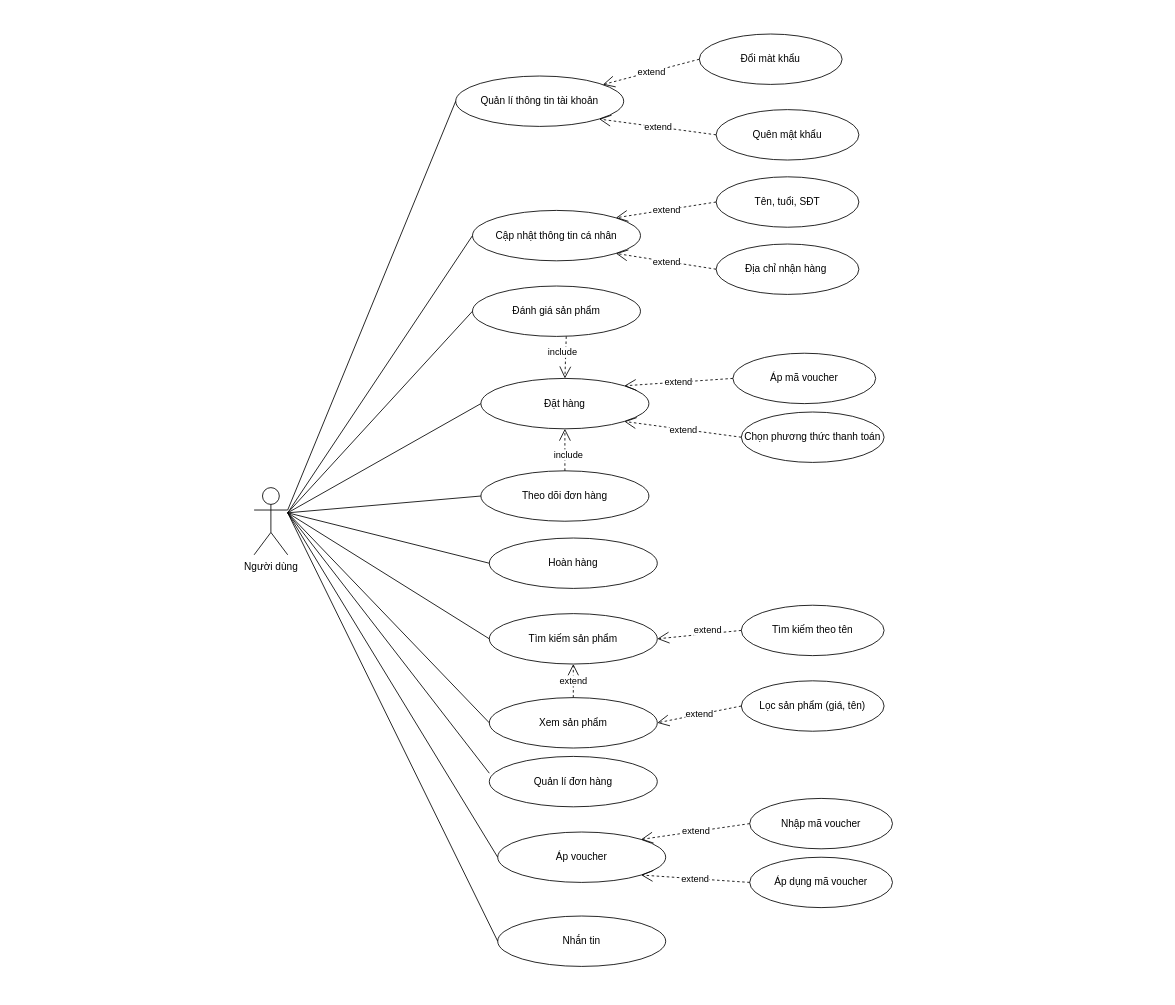
Before: page "người dùng" (2 of 5) of Biểu đồ không có tiêu đề.drawio in wuyanh24/ahihi, a draw.io diagram. Source tidied: cells renumbered, new cells numbered last; positions are measured from the earlier drawing's top-left corner, leaving out a move shared by most shapes. Both pictures are drawn from the tidied source at 84%, with x=0, y=0 at pixel (254, 34).
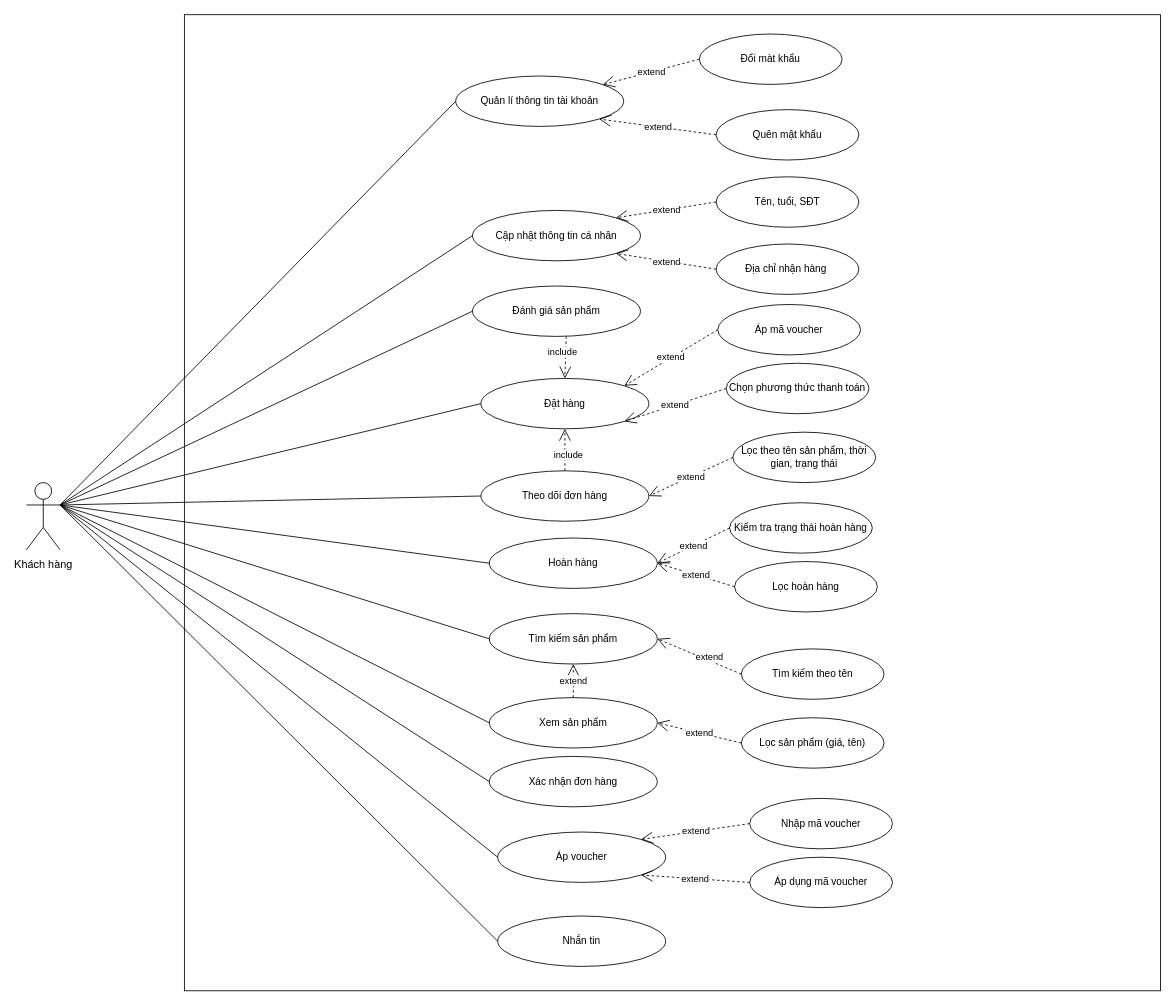
The same page after the edit.

The change refers to these unchanged cells:
```xml
<mxCell id="2" value="Quản lí thông tin tài khoản" style="ellipse;whiteSpace=wrap;html=1;" parent="1" vertex="1">
  <mxGeometry x="240" y="50" width="200" height="60" as="geometry" />
</mxCell>
<mxCell id="6" value="Cập nhật thông tin cá nhân" style="ellipse;whiteSpace=wrap;html=1;" parent="1" vertex="1">
  <mxGeometry x="260" y="210" width="200" height="60" as="geometry" />
</mxCell>
<mxCell id="9" value="Đánh giá sản phẩm" style="ellipse;whiteSpace=wrap;html=1;" parent="1" vertex="1">
  <mxGeometry x="260" y="300" width="200" height="60" as="geometry" />
</mxCell>
<mxCell id="10" value="Đặt hàng" style="ellipse;whiteSpace=wrap;html=1;" parent="1" vertex="1">
  <mxGeometry x="270" y="410" width="200" height="60" as="geometry" />
</mxCell>
<mxCell id="11" value="Theo dõi đơn hàng" style="ellipse;whiteSpace=wrap;html=1;" parent="1" vertex="1">
  <mxGeometry x="270" y="520" width="200" height="60" as="geometry" />
</mxCell>
<mxCell id="12" value="Hoàn hàng" style="ellipse;whiteSpace=wrap;html=1;" parent="1" vertex="1">
  <mxGeometry x="280" y="600" width="200" height="60" as="geometry" />
</mxCell>
<mxCell id="13" value="Tìm kiếm sản phẩm" style="ellipse;whiteSpace=wrap;html=1;" parent="1" vertex="1">
  <mxGeometry x="280" y="690" width="200" height="60" as="geometry" />
</mxCell>
<mxCell id="14" value="Áp voucher" style="ellipse;whiteSpace=wrap;html=1;" parent="1" vertex="1">
  <mxGeometry x="290" y="950" width="200" height="60" as="geometry" />
</mxCell>
<mxCell id="16" value="Xem sản phẩm" style="ellipse;whiteSpace=wrap;html=1;" parent="1" vertex="1">
  <mxGeometry x="280" y="790" width="200" height="60" as="geometry" />
</mxCell>
<mxCell id="17" value="Nhắn tin" style="ellipse;whiteSpace=wrap;html=1;" parent="1" vertex="1">
  <mxGeometry x="290" y="1050" width="200" height="60" as="geometry" />
</mxCell>
```

The edit, as a diff of the source:
```diff
@@
+    <mxCell id="48" style="whiteSpace=wrap;html=1;" parent="1" vertex="1">
+      <mxGeometry x="-83" y="-23" width="1162" height="1162" as="geometry" />
+    </mxCell>
@@
-    <mxCell id="3" value="Người dùng" style="shape=umlActor;verticalLabelPosition=bottom;verticalAlign=top;html=1;outlineConnect=0;" parent="1" vertex="1">
-      <mxGeometry y="540" width="40" height="80" as="geometry" />
-    </mxCell>
+    <mxCell id="49" value="&lt;p style=&quot;margin: 0px; font-style: normal; font-variant-caps: normal; font-stretch: normal; font-size: 13px; line-height: normal; font-family: &amp;quot;Helvetica Neue&amp;quot;; font-size-adjust: none; font-kerning: auto; font-variant-alternates: normal; font-variant-ligatures: normal; font-variant-numeric: normal; font-variant-east-asian: normal; font-variant-position: normal; font-variant-emoji: normal; font-feature-settings: normal; font-optical-sizing: auto; font-variation-settings: normal;&quot;&gt;Khách hàng&lt;/p&gt;" style="shape=umlActor;verticalLabelPosition=bottom;verticalAlign=top;html=1;outlineConnect=0;" parent="1" vertex="1">
+      <mxGeometry x="-271" y="534" width="40" height="80" as="geometry" />
+    </mxCell>
@@
-    <mxCell id="15" value="Quản lí đơn hàng" style="ellipse;whiteSpace=wrap;html=1;" parent="1" vertex="1">
-      <mxGeometry x="280" y="860" width="200" height="60" as="geometry" />
-    </mxCell>
+    <mxCell id="50" value="Xác nhận đơn hàng" style="ellipse;whiteSpace=wrap;html=1;" parent="1" vertex="1">
+      <mxGeometry x="280" y="860" width="200" height="60" as="geometry" />
+    </mxCell>
@@
     <mxCell id="18" value="Chọn phương thức thanh toán" style="ellipse;whiteSpace=wrap;html=1;" parent="1" vertex="1">
-      <mxGeometry x="580" y="450" width="170" height="60" as="geometry" />
+      <mxGeometry x="562" y="392" width="170" height="60" as="geometry" />
     </mxCell>
     <mxCell id="19" value="Áp mã voucher" style="ellipse;whiteSpace=wrap;html=1;" parent="1" vertex="1">
-      <mxGeometry x="570" y="380" width="170" height="60" as="geometry" />
+      <mxGeometry x="552" y="322" width="170" height="60" as="geometry" />
     </mxCell>
     <mxCell id="20" value="Tìm kiếm theo tên" style="ellipse;whiteSpace=wrap;html=1;" parent="1" vertex="1">
-      <mxGeometry x="580" y="680" width="170" height="60" as="geometry" />
+      <mxGeometry x="580" y="732" width="170" height="60" as="geometry" />
     </mxCell>
     <mxCell id="21" value="Lọc sản phẩm (giá, tên)" style="ellipse;whiteSpace=wrap;html=1;" parent="1" vertex="1">
-      <mxGeometry x="580" y="770" width="170" height="60" as="geometry" />
+      <mxGeometry x="580" y="814" width="170" height="60" as="geometry" />
     </mxCell>
@@
-    <mxCell id="24" style="endArrow=none;html=1;rounded=0;exitX=1;exitY=0.3333333333333333;exitDx=0;exitDy=0;exitPerimeter=0;entryX=0;entryY=0.5;entryDx=0;entryDy=0;" parent="1" edge="1" source="3" target="2">
-      <mxGeometry relative="1" as="geometry" />
-    </mxCell>
-    <mxCell id="25" style="endArrow=none;html=1;rounded=0;entryX=0;entryY=0.5;entryDx=0;entryDy=0;" parent="1" edge="1" target="6">
-      <mxGeometry relative="1" as="geometry">
-        <mxPoint x="40" y="570" as="sourcePoint" />
-      </mxGeometry>
-    </mxCell>
-    <mxCell id="26" style="endArrow=none;html=1;rounded=0;entryX=0;entryY=0.5;entryDx=0;entryDy=0;" parent="1" edge="1" target="9">
-      <mxGeometry relative="1" as="geometry">
-        <mxPoint x="40" y="570" as="sourcePoint" />
-      </mxGeometry>
-    </mxCell>
-    <mxCell id="27" style="endArrow=none;html=1;rounded=0;entryX=0;entryY=0.5;entryDx=0;entryDy=0;" parent="1" edge="1" target="10">
-      <mxGeometry relative="1" as="geometry">
-        <mxPoint x="40" y="570" as="sourcePoint" />
-      </mxGeometry>
-    </mxCell>
-    <mxCell id="28" style="endArrow=none;html=1;rounded=0;entryX=0;entryY=0.5;entryDx=0;entryDy=0;" parent="1" edge="1" target="11">
-      <mxGeometry relative="1" as="geometry">
-        <mxPoint x="40" y="570" as="sourcePoint" />
-      </mxGeometry>
-    </mxCell>
-    <mxCell id="29" style="endArrow=none;html=1;rounded=0;entryX=0;entryY=0.5;entryDx=0;entryDy=0;" parent="1" edge="1" target="12">
-      <mxGeometry relative="1" as="geometry">
-        <mxPoint x="40" y="570" as="sourcePoint" />
-      </mxGeometry>
-    </mxCell>
-    <mxCell id="30" style="endArrow=none;html=1;rounded=0;entryX=0;entryY=0.5;entryDx=0;entryDy=0;" parent="1" edge="1" target="13">
-      <mxGeometry relative="1" as="geometry">
-        <mxPoint x="40" y="570" as="sourcePoint" />
-      </mxGeometry>
-    </mxCell>
-    <mxCell id="31" style="endArrow=none;html=1;rounded=0;entryX=0;entryY=0.5;entryDx=0;entryDy=0;" parent="1" edge="1" target="16">
-      <mxGeometry relative="1" as="geometry">
-        <mxPoint x="40" y="570" as="sourcePoint" />
-      </mxGeometry>
-    </mxCell>
-    <mxCell id="32" style="endArrow=none;html=1;rounded=0;entryX=0;entryY=0.333;entryDx=0;entryDy=0;entryPerimeter=0;" parent="1" edge="1" target="15">
-      <mxGeometry relative="1" as="geometry">
-        <mxPoint x="40" y="570" as="sourcePoint" />
-      </mxGeometry>
-    </mxCell>
-    <mxCell id="33" style="endArrow=none;html=1;rounded=0;entryX=0;entryY=0.5;entryDx=0;entryDy=0;" parent="1" edge="1" target="14">
-      <mxGeometry relative="1" as="geometry">
-        <mxPoint x="40" y="570" as="sourcePoint" />
-      </mxGeometry>
-    </mxCell>
-    <mxCell id="34" style="endArrow=none;html=1;rounded=0;entryX=0;entryY=0.5;entryDx=0;entryDy=0;" parent="1" edge="1" target="17">
-      <mxGeometry relative="1" as="geometry">
-        <mxPoint x="40" y="570" as="sourcePoint" />
-      </mxGeometry>
-    </mxCell>
+    <mxCell id="51" style="endArrow=none;html=1;rounded=0;exitX=1;exitY=0.3333333333333333;exitDx=0;exitDy=0;exitPerimeter=0;entryX=0;entryY=0.5;entryDx=0;entryDy=0;" parent="1" edge="1" source="49" target="2">
+      <mxGeometry relative="1" as="geometry" />
+    </mxCell>
+    <mxCell id="52" style="endArrow=none;html=1;rounded=0;entryX=0;entryY=0.5;entryDx=0;entryDy=0;exitX=1;exitY=0.3333333333333333;exitDx=0;exitDy=0;exitPerimeter=0;" parent="1" edge="1" source="49" target="6">
+      <mxGeometry relative="1" as="geometry" />
+    </mxCell>
+    <mxCell id="53" style="endArrow=none;html=1;rounded=0;entryX=0;entryY=0.5;entryDx=0;entryDy=0;exitX=1;exitY=0.3333333333333333;exitDx=0;exitDy=0;exitPerimeter=0;" parent="1" edge="1" source="49" target="9">
+      <mxGeometry relative="1" as="geometry" />
+    </mxCell>
+    <mxCell id="54" style="endArrow=none;html=1;rounded=0;entryX=0;entryY=0.5;entryDx=0;entryDy=0;exitX=1;exitY=0.3333333333333333;exitDx=0;exitDy=0;exitPerimeter=0;" parent="1" edge="1" source="49" target="10">
+      <mxGeometry relative="1" as="geometry" />
+    </mxCell>
+    <mxCell id="55" style="endArrow=none;html=1;rounded=0;entryX=0;entryY=0.5;entryDx=0;entryDy=0;exitX=1;exitY=0.3333333333333333;exitDx=0;exitDy=0;exitPerimeter=0;" parent="1" edge="1" source="49" target="11">
+      <mxGeometry relative="1" as="geometry" />
+    </mxCell>
+    <mxCell id="56" style="endArrow=none;html=1;rounded=0;entryX=0;entryY=0.5;entryDx=0;entryDy=0;exitX=1;exitY=0.3333333333333333;exitDx=0;exitDy=0;exitPerimeter=0;" parent="1" edge="1" source="49" target="12">
+      <mxGeometry relative="1" as="geometry" />
+    </mxCell>
+    <mxCell id="57" style="endArrow=none;html=1;rounded=0;entryX=0;entryY=0.5;entryDx=0;entryDy=0;exitX=1;exitY=0.3333333333333333;exitDx=0;exitDy=0;exitPerimeter=0;" parent="1" edge="1" source="49" target="13">
+      <mxGeometry relative="1" as="geometry" />
+    </mxCell>
+    <mxCell id="58" style="endArrow=none;html=1;rounded=0;entryX=0;entryY=0.5;entryDx=0;entryDy=0;exitX=1;exitY=0.3333333333333333;exitDx=0;exitDy=0;exitPerimeter=0;" parent="1" edge="1" source="49" target="16">
+      <mxGeometry relative="1" as="geometry" />
+    </mxCell>
+    <mxCell id="59" style="endArrow=none;html=1;rounded=0;entryX=0;entryY=0.5;entryDx=0;entryDy=0;exitX=1;exitY=0.3333333333333333;exitDx=0;exitDy=0;exitPerimeter=0;" parent="1" edge="1" source="49" target="50">
+      <mxGeometry relative="1" as="geometry" />
+    </mxCell>
+    <mxCell id="60" style="endArrow=none;html=1;rounded=0;entryX=0;entryY=0.5;entryDx=0;entryDy=0;exitX=1;exitY=0.3333333333333333;exitDx=0;exitDy=0;exitPerimeter=0;" parent="1" edge="1" source="49" target="14">
+      <mxGeometry relative="1" as="geometry" />
+    </mxCell>
+    <mxCell id="61" style="endArrow=none;html=1;rounded=0;entryX=0;entryY=0.5;entryDx=0;entryDy=0;exitX=1;exitY=0.3333333333333333;exitDx=0;exitDy=0;exitPerimeter=0;" parent="1" edge="1" source="49" target="17">
+      <mxGeometry relative="1" as="geometry" />
+    </mxCell>
@@
+    <mxCell id="62" value="Lọc theo tên sản phẩm, thời gian, trạng thái" style="ellipse;whiteSpace=wrap;html=1;" parent="1" vertex="1">
+      <mxGeometry x="570" y="474" width="170" height="60" as="geometry" />
+    </mxCell>
+    <mxCell id="63" value="extend" style="endArrow=open;endSize=12;dashed=1;html=1;rounded=0;entryX=1;entryY=0.5;entryDx=0;entryDy=0;exitX=0;exitY=0.5;exitDx=0;exitDy=0;" parent="1" edge="1" source="62" target="11">
+      <mxGeometry relative="1" as="geometry" />
+    </mxCell>
+    <mxCell id="64" value="Kiểm tra trạng thái hoàn hàng" style="ellipse;whiteSpace=wrap;html=1;" parent="1" vertex="1">
+      <mxGeometry x="566" y="558" width="170" height="60" as="geometry" />
+    </mxCell>
+    <mxCell id="65" value="Lọc hoàn hàng" style="ellipse;whiteSpace=wrap;html=1;" parent="1" vertex="1">
+      <mxGeometry x="572" y="628" width="170" height="60" as="geometry" />
+    </mxCell>
+    <mxCell id="66" value="extend" style="endArrow=open;endSize=12;dashed=1;html=1;rounded=0;entryX=1;entryY=0.5;entryDx=0;entryDy=0;exitX=0;exitY=0.5;exitDx=0;exitDy=0;" parent="1" edge="1" source="64" target="12">
+      <mxGeometry relative="1" as="geometry" />
+    </mxCell>
+    <mxCell id="67" value="extend" style="endArrow=open;endSize=12;dashed=1;html=1;rounded=0;entryX=1;entryY=0.5;entryDx=0;entryDy=0;exitX=0;exitY=0.5;exitDx=0;exitDy=0;" parent="1" edge="1" source="65" target="12">
+      <mxGeometry relative="1" as="geometry" />
+    </mxCell>
```
